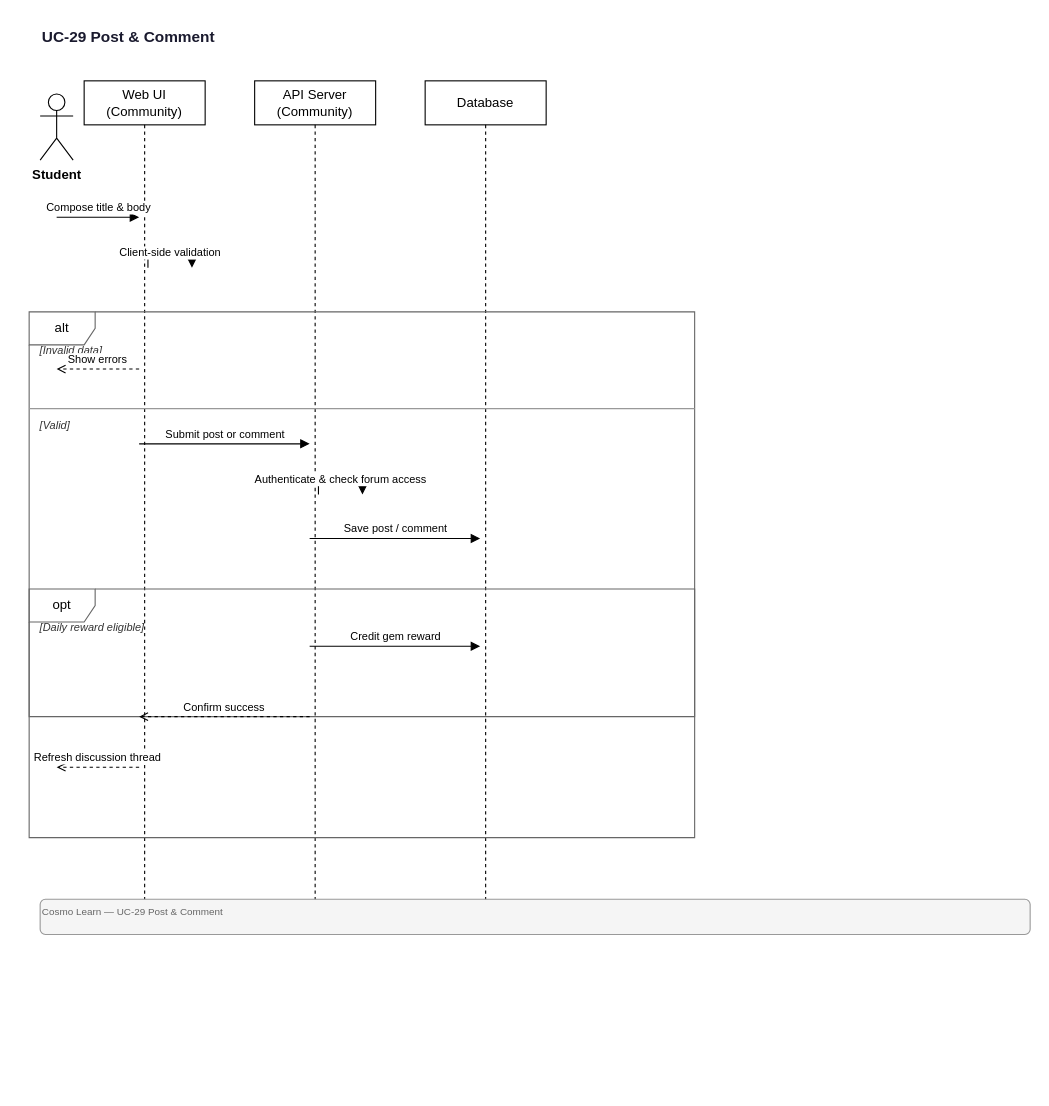
This is docs/diagrams/sequence/UC-29-Post-and-Comment.drawio from quangg1/ASTRO_EDU, a draw.io file, before an edit. Source tidied: cells renumbered, new cells numbered last; positions are measured from the earlier drawing's top-left corner, leaving out a move shared by most shapes. Both pictures are drawn from the tidied source at 110%, with x=0, y=0 at pixel (29, 19).
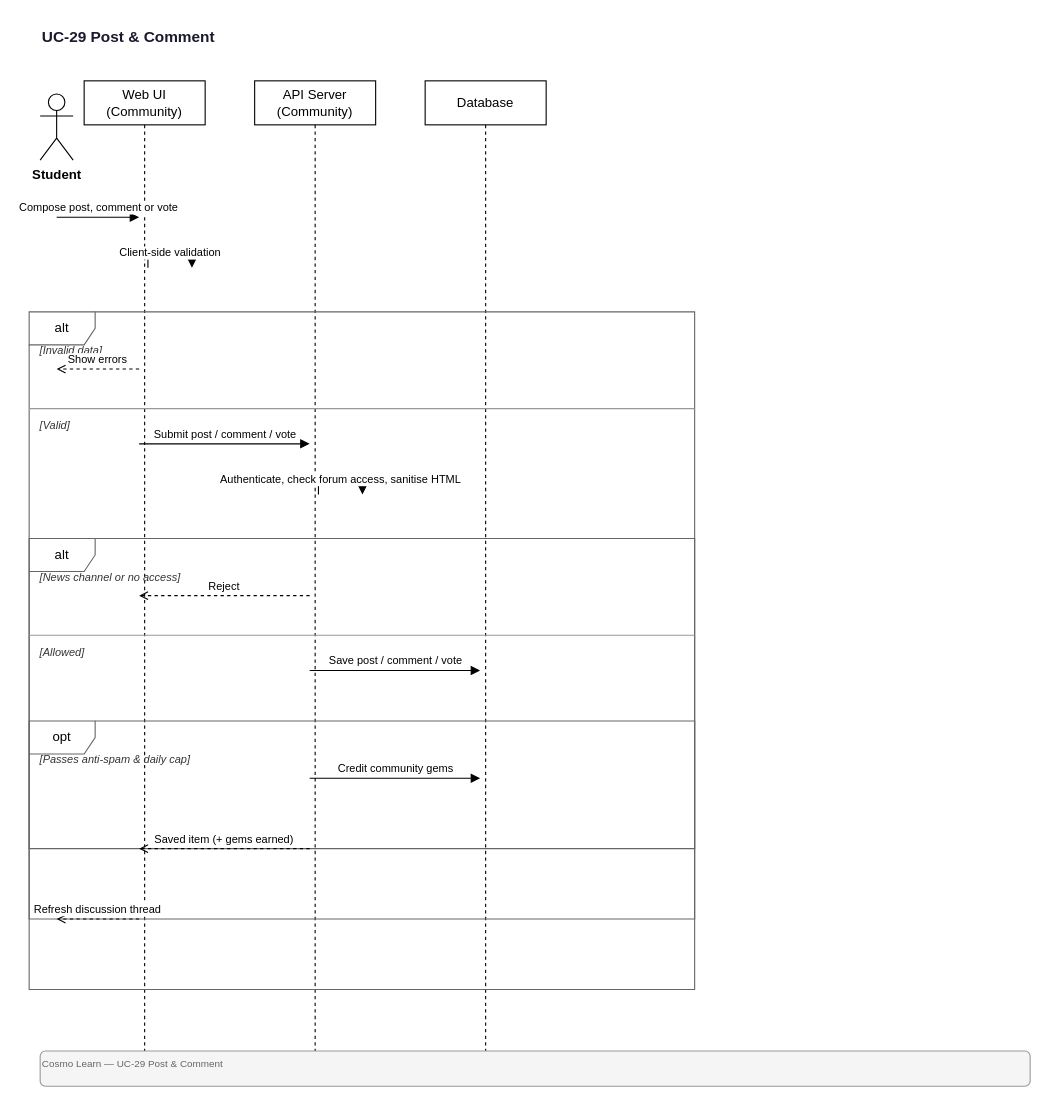
The same diagram, later.

What changed in the source:
```diff
@@
     <mxCell id="4" value="Web UI (Community)" style="shape=umlLifeline;perimeter=lifelinePerimeter;whiteSpace=wrap;html=1;size=40;" parent="1" vertex="1">
-      <mxGeometry x="50" y="56" width="110" height="746" as="geometry" />
+      <mxGeometry x="50" y="56" width="110" height="884" as="geometry" />
     </mxCell>
     <mxCell id="5" value="API Server (Community)" style="shape=umlLifeline;perimeter=lifelinePerimeter;whiteSpace=wrap;html=1;size=40;" parent="1" vertex="1">
-      <mxGeometry x="205" y="56" width="110" height="746" as="geometry" />
+      <mxGeometry x="205" y="56" width="110" height="884" as="geometry" />
     </mxCell>
     <mxCell id="6" value="Database" style="shape=umlLifeline;perimeter=lifelinePerimeter;whiteSpace=wrap;html=1;size=40;" parent="1" vertex="1">
-      <mxGeometry x="360" y="56" width="110" height="746" as="geometry" />
+      <mxGeometry x="360" y="56" width="110" height="884" as="geometry" />
     </mxCell>
-    <mxCell id="7" value="Compose title &amp; body" style="endArrow=block;endFill=1;html=1;fontSize=10;verticalAlign=bottom;" parent="1" edge="1">
+    <mxCell id="7" value="Compose post, comment or vote" style="endArrow=block;endFill=1;html=1;fontSize=10;verticalAlign=bottom;" parent="1" edge="1">
       <mxGeometry relative="1" as="geometry">
         <mxPoint x="25" y="180" as="sourcePoint" />
         <mxPoint x="100" y="180" as="targetPoint" />
       </mxGeometry>
     </mxCell>
@@
     <mxCell id="9" value="alt" style="shape=umlFrame;whiteSpace=wrap;html=1;fillColor=none;strokeColor=#666666;" parent="1" vertex="1">
-      <mxGeometry y="266" width="605" height="478" as="geometry" />
+      <mxGeometry y="266" width="605" height="616" as="geometry" />
     </mxCell>
@@
-    <mxCell id="14" value="Submit post or comment" style="endArrow=block;endFill=1;html=1;fontSize=10;verticalAlign=bottom;" parent="1" edge="1">
+    <mxCell id="14" value="Submit post / comment / vote" style="endArrow=block;endFill=1;html=1;fontSize=10;verticalAlign=bottom;" parent="1" edge="1">
       <mxGeometry relative="1" as="geometry">
         <mxPoint x="100" y="386" as="sourcePoint" />
         <mxPoint x="255" y="386" as="targetPoint" />
       </mxGeometry>
     </mxCell>
-    <mxCell id="15" value="Authenticate &amp; check forum access" style="endArrow=block;endFill=1;html=1;fontSize=10;edgeStyle=orthogonalEdgeStyle;rounded=0;" parent="1" edge="1">
+    <mxCell id="15" value="Authenticate, check forum access, sanitise HTML" style="endArrow=block;endFill=1;html=1;fontSize=10;edgeStyle=orthogonalEdgeStyle;rounded=0;" parent="1" edge="1">
       <mxGeometry relative="1" as="geometry">
         <mxPoint x="263" y="432" as="sourcePoint" />
         <mxPoint x="303" y="432" as="targetPoint" />
         <Array as="points">
           <mxPoint x="303" y="418" />
           <mxPoint x="263" y="418" />
         </Array>
       </mxGeometry>
     </mxCell>
-    <mxCell id="16" value="Save post / comment" style="endArrow=block;endFill=1;html=1;fontSize=10;verticalAlign=bottom;" parent="1" edge="1">
-      <mxGeometry relative="1" as="geometry">
-        <mxPoint x="255" y="472" as="sourcePoint" />
-        <mxPoint x="410" y="472" as="targetPoint" />
-      </mxGeometry>
+    <mxCell id="16" value="alt" style="shape=umlFrame;whiteSpace=wrap;html=1;fillColor=none;strokeColor=#666666;" parent="1" vertex="1">
+      <mxGeometry y="472" width="605" height="346" as="geometry" />
     </mxCell>
-    <mxCell id="17" value="opt" style="shape=umlFrame;whiteSpace=wrap;html=1;fillColor=none;strokeColor=#666666;" parent="1" vertex="1">
-      <mxGeometry y="518" width="605" height="116" as="geometry" />
+    <mxCell id="17" value="[News channel or no access]" style="text;html=1;strokeColor=none;fillColor=none;align=left;verticalAlign=middle;fontSize=10;fontStyle=2;fontColor=#333333;" parent="1" vertex="1">
+      <mxGeometry x="8" y="498" width="589" height="18" as="geometry" />
     </mxCell>
-    <mxCell id="18" value="[Daily reward eligible]" style="text;html=1;strokeColor=none;fillColor=none;align=left;verticalAlign=middle;fontSize=10;fontStyle=2;fontColor=#333333;" parent="1" vertex="1">
-      <mxGeometry x="8" y="544" width="589" height="18" as="geometry" />
+    <mxCell id="18" value="Reject" style="endArrow=open;endFill=0;html=1;dashed=1;fontSize=10;verticalAlign=bottom;" parent="1" edge="1">
+      <mxGeometry relative="1" as="geometry">
+        <mxPoint x="255" y="524" as="sourcePoint" />
+        <mxPoint x="100" y="524" as="targetPoint" />
+      </mxGeometry>
     </mxCell>
-    <mxCell id="19" value="Credit gem reward" style="endArrow=block;endFill=1;html=1;fontSize=10;verticalAlign=bottom;" parent="1" edge="1">
-      <mxGeometry relative="1" as="geometry">
-        <mxPoint x="255" y="570" as="sourcePoint" />
-        <mxPoint x="410" y="570" as="targetPoint" />
-      </mxGeometry>
+    <mxCell id="19" value="[Allowed]" style="text;html=1;strokeColor=none;fillColor=none;align=left;verticalAlign=middle;fontSize=10;fontStyle=2;fontColor=#333333;" parent="1" vertex="1">
+      <mxGeometry x="8" y="566" width="589" height="18" as="geometry" />
     </mxCell>
-    <mxCell id="20" value="Confirm success" style="endArrow=open;endFill=0;html=1;dashed=1;fontSize=10;verticalAlign=bottom;" parent="1" edge="1">
+    <mxCell id="20" style="endArrow=none;html=1;strokeWidth=1;strokeColor=#999999;" parent="1" edge="1">
       <mxGeometry relative="1" as="geometry">
-        <mxPoint x="255" y="634" as="sourcePoint" />
-        <mxPoint x="100" y="634" as="targetPoint" />
+        <mxPoint y="560" as="sourcePoint" />
+        <mxPoint x="605" y="560" as="targetPoint" />
       </mxGeometry>
     </mxCell>
-    <mxCell id="21" value="Refresh discussion thread" style="endArrow=open;endFill=0;html=1;dashed=1;fontSize=10;verticalAlign=bottom;" parent="1" edge="1">
+    <mxCell id="21" value="Save post / comment / vote" style="endArrow=block;endFill=1;html=1;fontSize=10;verticalAlign=bottom;" parent="1" edge="1">
       <mxGeometry relative="1" as="geometry">
-        <mxPoint x="100" y="680" as="sourcePoint" />
-        <mxPoint x="25" y="680" as="targetPoint" />
+        <mxPoint x="255" y="592" as="sourcePoint" />
+        <mxPoint x="410" y="592" as="targetPoint" />
       </mxGeometry>
     </mxCell>
-    <mxCell id="22" value="Cosmo Learn — UC-29 Post &amp; Comment" style="text;html=1;strokeColor=#999;fillColor=#f5f5f5;align=left;verticalAlign=top;fontSize=9;fontColor=#666;rounded=1;" parent="1" vertex="1">
-      <mxGeometry x="10" y="800" width="900" height="32" as="geometry" />
+    <mxCell id="22" value="opt" style="shape=umlFrame;whiteSpace=wrap;html=1;fillColor=none;strokeColor=#666666;" parent="1" vertex="1">
+      <mxGeometry y="638" width="605" height="116" as="geometry" />
     </mxCell>
+    <mxCell id="23" value="[Passes anti-spam &amp; daily cap]" style="text;html=1;strokeColor=none;fillColor=none;align=left;verticalAlign=middle;fontSize=10;fontStyle=2;fontColor=#333333;" parent="1" vertex="1">
+      <mxGeometry x="8" y="664" width="589" height="18" as="geometry" />
+    </mxCell>
+    <mxCell id="24" value="Credit community gems" style="endArrow=block;endFill=1;html=1;fontSize=10;verticalAlign=bottom;" parent="1" edge="1">
+      <mxGeometry relative="1" as="geometry">
+        <mxPoint x="255" y="690" as="sourcePoint" />
+        <mxPoint x="410" y="690" as="targetPoint" />
+      </mxGeometry>
+    </mxCell>
+    <mxCell id="25" value="Saved item (+ gems earned)" style="endArrow=open;endFill=0;html=1;dashed=1;fontSize=10;verticalAlign=bottom;" parent="1" edge="1">
+      <mxGeometry relative="1" as="geometry">
+        <mxPoint x="255" y="754" as="sourcePoint" />
+        <mxPoint x="100" y="754" as="targetPoint" />
+      </mxGeometry>
+    </mxCell>
+    <mxCell id="26" value="Refresh discussion thread" style="endArrow=open;endFill=0;html=1;dashed=1;fontSize=10;verticalAlign=bottom;" parent="1" edge="1">
+      <mxGeometry relative="1" as="geometry">
+        <mxPoint x="100" y="818" as="sourcePoint" />
+        <mxPoint x="25" y="818" as="targetPoint" />
+      </mxGeometry>
+    </mxCell>
+    <mxCell id="27" value="Cosmo Learn — UC-29 Post &amp; Comment" style="text;html=1;strokeColor=#999;fillColor=#f5f5f5;align=left;verticalAlign=top;fontSize=9;fontColor=#666;rounded=1;" parent="1" vertex="1">
+      <mxGeometry x="10" y="938" width="900" height="32" as="geometry" />
+    </mxCell>
```
